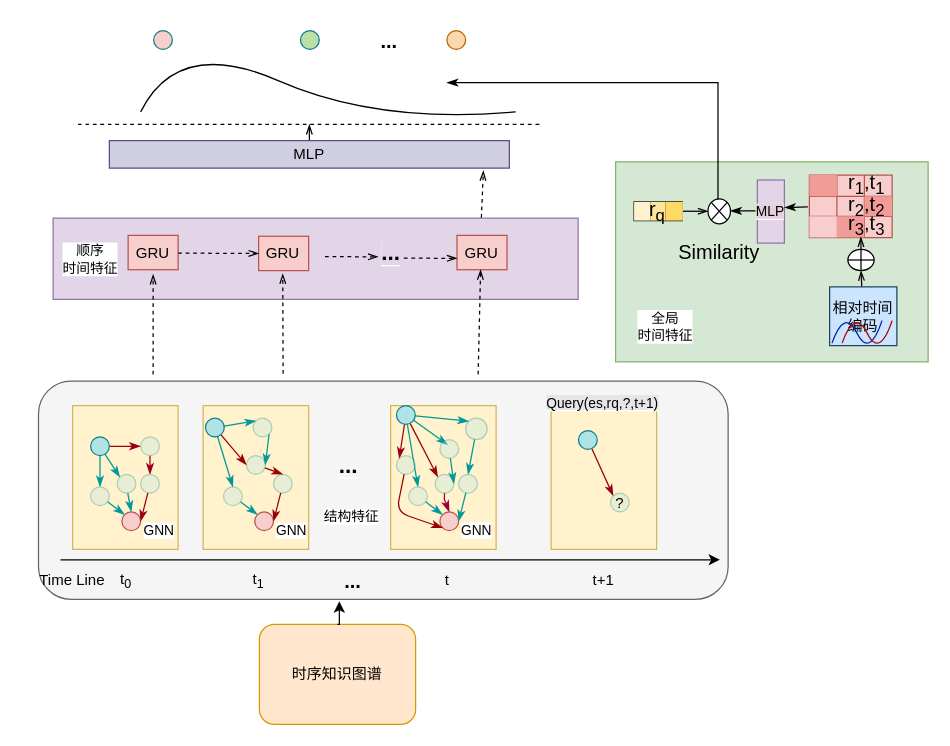
LNqwn/BISHE-GRAPH keeps this draw.io diagram as 未命名绘图.drawio. Above is the earlier version. Source tidied: cells renumbered, new cells numbered last; positions are measured from the earlier drawing's top-left corner, leaving out a move shared by most shapes. Both pictures are drawn from the tidied source at 125%, with x=0, y=0 at pixel (21, 21).
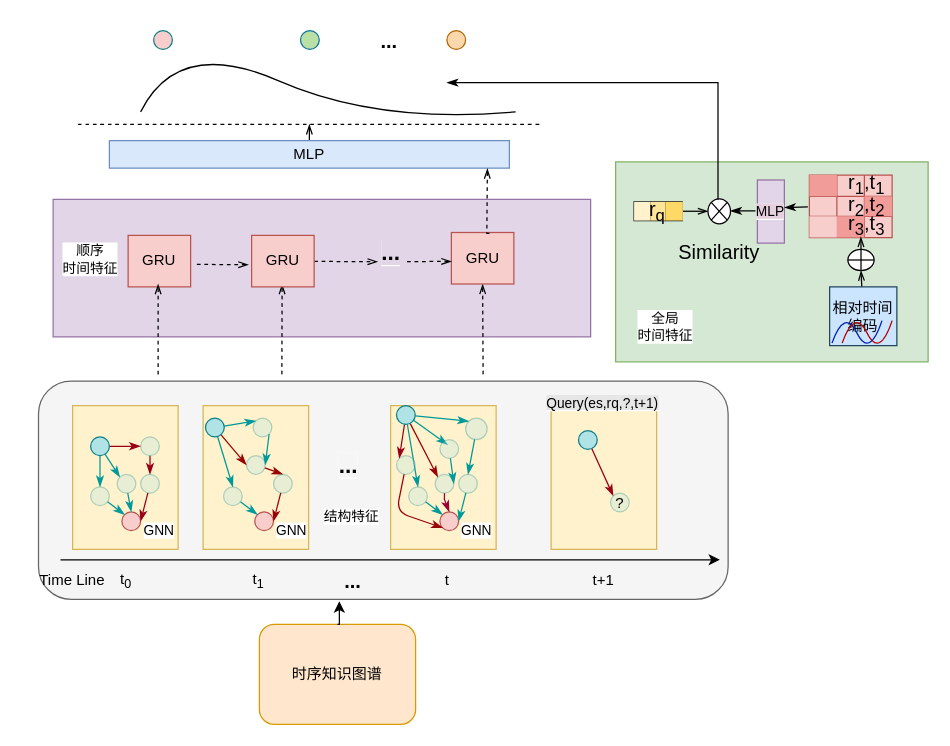
The same diagram, later.

Commit message (it also covers changes not shown here):
更新未命名绘图.drawio

Change to the diagram source:
```diff
@@
     <mxCell id="55" style="rounded=0;whiteSpace=wrap;html=1;fillColor=#e1d5e7;strokeColor=#9673a6;" parent="1" vertex="1">
-      <mxGeometry x="25" y="157" width="420" height="65" as="geometry" />
+      <mxGeometry x="25" y="142" width="430" height="110" as="geometry" />
     </mxCell>
@@
     <mxCell id="99" value="GRU" style="rounded=0;whiteSpace=wrap;html=1;fillColor=#f8cecc;strokeColor=#b85450;" parent="1" vertex="1">
-      <mxGeometry x="85" y="170.8" width="40" height="27.5" as="geometry" />
+      <mxGeometry x="85" y="170.8" width="50" height="41.2" as="geometry" />
     </mxCell>
-    <mxCell id="100" value="GRU" style="rounded=0;whiteSpace=wrap;html=1;fillColor=#f8cecc;strokeColor=#b85450;" parent="1" vertex="1">
-      <mxGeometry x="189.4" y="171.5" width="40" height="27.5" as="geometry" />
-    </mxCell>
-    <mxCell id="101" value="GRU" style="rounded=0;whiteSpace=wrap;html=1;fillColor=#f8cecc;strokeColor=#b85450;" parent="1" vertex="1">
-      <mxGeometry x="348.1" y="170.8" width="40" height="27.5" as="geometry" />
-    </mxCell>
     <mxCell id="102" style="endArrow=openThin;dashed=1;html=1;rounded=0;endFill=0;" parent="1" edge="1">
       <mxGeometry relative="1" as="geometry">
-        <mxPoint x="105" y="282" as="sourcePoint" />
-        <mxPoint x="105" y="202" as="targetPoint" />
+        <mxPoint x="109" y="282" as="sourcePoint" />
+        <mxPoint x="109" y="209.8" as="targetPoint" />
       </mxGeometry>
     </mxCell>
     <mxCell id="103" style="endArrow=openThin;dashed=1;html=1;rounded=0;endFill=0;" parent="1" edge="1">
       <mxGeometry relative="1" as="geometry">
-        <mxPoint x="209" y="281.5" as="sourcePoint" />
-        <mxPoint x="208.7" y="201.5" as="targetPoint" />
+        <mxPoint x="208" y="282" as="sourcePoint" />
+        <mxPoint x="208.2" y="209.8" as="targetPoint" />
       </mxGeometry>
     </mxCell>
-    <mxCell id="104" style="endArrow=openThin;dashed=1;html=1;rounded=0;endFill=0;" parent="1" edge="1">
+    <mxCell id="104" style="endArrow=openThin;dashed=1;html=1;rounded=0;endFill=0;entryX=0.5;entryY=1;entryDx=0;entryDy=0;" parent="1" edge="1" target="132">
       <mxGeometry relative="1" as="geometry">
-        <mxPoint x="365" y="282" as="sourcePoint" />
-        <mxPoint x="367" y="198.2" as="targetPoint" />
+        <mxPoint x="369" y="282" as="sourcePoint" />
       </mxGeometry>
     </mxCell>
-    <mxCell id="105" style="endArrow=openThin;dashed=1;html=1;rounded=0;endFill=0;entryX=0;entryY=0.5;entryDx=0;entryDy=0;" parent="1" edge="1" target="100">
-      <mxGeometry relative="1" as="geometry">
-        <mxPoint x="125" y="185" as="sourcePoint" />
-      </mxGeometry>
-    </mxCell>
-    <mxCell id="106" style="endArrow=openThin;dashed=1;html=1;rounded=0;endFill=0;" parent="1" edge="1">
+    <mxCell id="106" style="endArrow=openThin;dashed=1;html=1;rounded=0;endFill=0;exitX=1.008;exitY=0.411;exitDx=0;exitDy=0;exitPerimeter=0;" parent="1" edge="1">
       <mxGeometry relative="1" as="geometry">
-        <mxPoint x="242.5" y="187.8" as="sourcePoint" />
-        <mxPoint x="285" y="188" as="targetPoint" />
+        <mxPoint x="233.8" y="191.6" as="sourcePoint" />
+        <mxPoint x="284.6" y="191.9" as="targetPoint" />
       </mxGeometry>
     </mxCell>
-    <mxCell id="107" style="endArrow=openThin;dashed=1;html=1;rounded=0;endFill=0;" parent="1" edge="1">
-      <mxGeometry relative="1" as="geometry">
-        <mxPoint x="305.6" y="189" as="sourcePoint" />
-        <mxPoint x="348.1" y="189.2" as="targetPoint" />
-      </mxGeometry>
-    </mxCell>
@@
-    <mxCell id="110" value="MLP" style="rounded=0;whiteSpace=wrap;html=1;fillColor=#d0cee2;strokeColor=#56517e;" parent="1" vertex="1">
+    <mxCell id="110" value="MLP" style="rounded=0;whiteSpace=wrap;html=1;fillColor=#dae8fc;strokeColor=#6c8ebf;" parent="1" vertex="1">
       <mxGeometry x="70" y="95" width="320" height="22" as="geometry" />
     </mxCell>
-    <mxCell id="111" style="endArrow=openThin;dashed=1;html=1;rounded=0;endFill=0;entryX=0.935;entryY=1.093;entryDx=0;entryDy=0;entryPerimeter=0;" parent="1" edge="1" target="110">
-      <mxGeometry relative="1" as="geometry">
-        <mxPoint x="367.6" y="156.7" as="sourcePoint" />
-      </mxGeometry>
-    </mxCell>
@@
+    <mxCell id="131" value="GRU" style="rounded=0;whiteSpace=wrap;html=1;fillColor=#f8cecc;strokeColor=#b85450;" parent="1" vertex="1">
+      <mxGeometry x="183.8" y="170.8" width="50" height="41.2" as="geometry" />
+    </mxCell>
+    <mxCell id="132" value="GRU" style="rounded=0;whiteSpace=wrap;html=1;fillColor=#f8cecc;strokeColor=#b85450;" parent="1" vertex="1">
+      <mxGeometry x="343.6" y="168.5" width="50" height="41.2" as="geometry" />
+    </mxCell>
+    <mxCell id="133" style="endArrow=openThin;dashed=1;html=1;rounded=0;endFill=0;" parent="1" edge="1">
+      <mxGeometry relative="1" as="geometry">
+        <mxPoint x="140" y="194" as="sourcePoint" />
+        <mxPoint x="181.2" y="194.3" as="targetPoint" />
+      </mxGeometry>
+    </mxCell>
+    <mxCell id="134" style="endArrow=openThin;dashed=1;html=1;rounded=0;endFill=0;" parent="1" edge="1">
+      <mxGeometry relative="1" as="geometry">
+        <mxPoint x="308.1" y="191.8" as="sourcePoint" />
+        <mxPoint x="343.6" y="191.6" as="targetPoint" />
+      </mxGeometry>
+    </mxCell>
+    <mxCell id="135" style="endArrow=openThin;dashed=1;html=1;rounded=0;endFill=0;exitX=0.61;exitY=0.017;exitDx=0;exitDy=0;entryX=0.945;entryY=1.018;entryDx=0;entryDy=0;entryPerimeter=0;exitPerimeter=0;edgeStyle=orthogonalEdgeStyle;" parent="1" edge="1" source="132" target="110">
+      <mxGeometry relative="1" as="geometry">
+        <Array as="points">
+          <mxPoint x="372" y="169" />
+          <mxPoint x="372" y="165" />
+        </Array>
+      </mxGeometry>
+    </mxCell>
```
